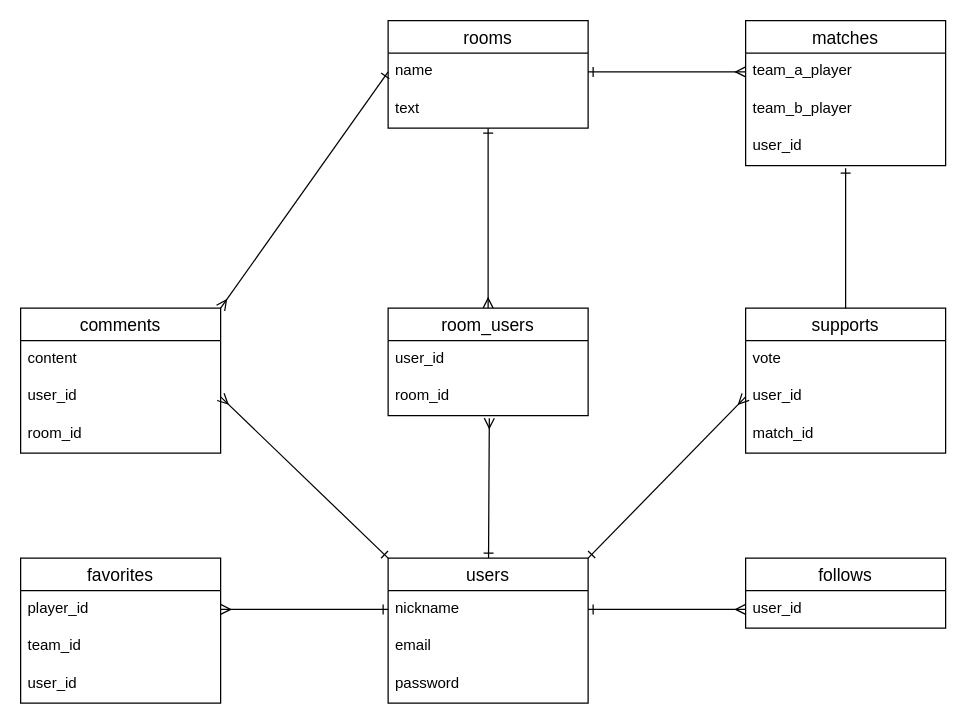
The draw.io diagram NJPW_chat.dio in yutasato21/NJPW_chat, before the edit. Source tidied: cells renumbered, new cells numbered last; positions are measured from the earlier drawing's top-left corner, leaving out a move shared by most shapes. Both pictures are drawn from the tidied source at 125%, with x=0, y=0 at pixel (20, 20).
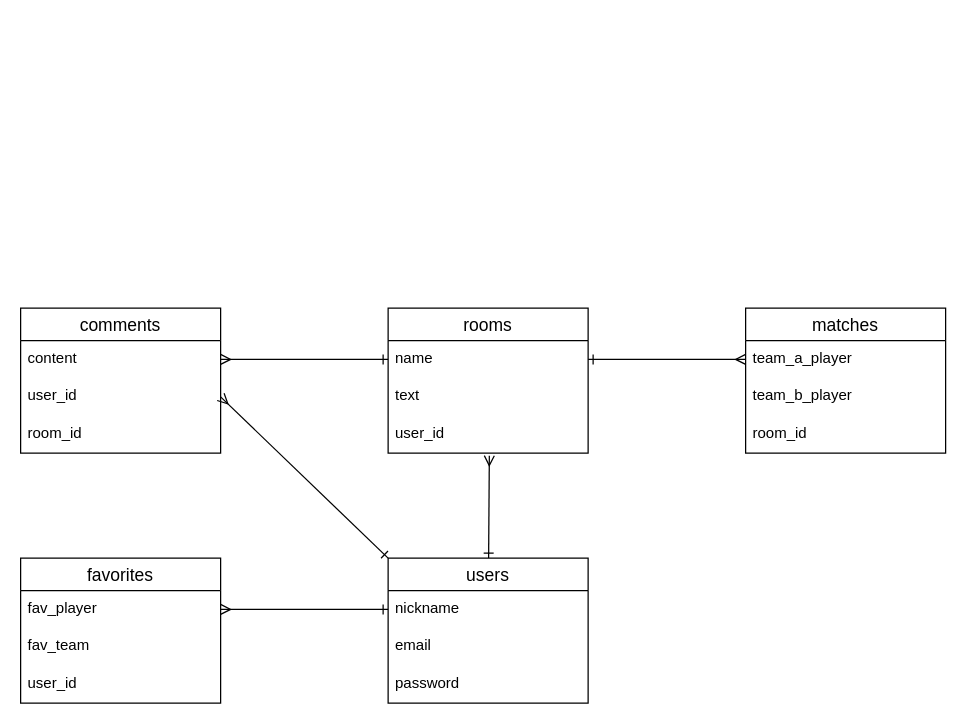
The same page after the edit.

Commit message:
ER図仕様変更に伴い修正

The change refers to these unchanged cells:
```xml
<mxCell id="3" value="users" style="swimlane;fontStyle=0;horizontal=1;startSize=26;align=center;fontSize=14;" parent="1" vertex="1">
  <mxGeometry x="294" y="430" width="160" height="116" as="geometry" />
</mxCell>
<mxCell id="4" value="nickname" style="text;strokeColor=none;fillColor=none;spacingLeft=4;spacingRight=4;overflow=hidden;points=[[0,0.5],[1,0.5]];portConstraint=eastwest;fontSize=12;" parent="3" vertex="1">
  <mxGeometry y="26" width="160" height="30" as="geometry" />
</mxCell>
<mxCell id="9" value="name" style="text;strokeColor=none;fillColor=none;spacingLeft=4;spacingRight=4;overflow=hidden;points=[[0,0.5],[1,0.5]];portConstraint=eastwest;fontSize=12;" parent="8" vertex="1">
  <mxGeometry y="26" width="160" height="30" as="geometry" />
</mxCell>
<mxCell id="15" value="comments" style="swimlane;fontStyle=0;horizontal=1;startSize=26;align=center;fontSize=14;" parent="1" vertex="1">
  <mxGeometry y="230" width="160" height="116" as="geometry" />
</mxCell>
<mxCell id="16" value="content" style="text;strokeColor=none;fillColor=none;spacingLeft=4;spacingRight=4;overflow=hidden;points=[[0,0.5],[1,0.5]];portConstraint=eastwest;fontSize=12;" parent="15" vertex="1">
  <mxGeometry y="26" width="160" height="30" as="geometry" />
</mxCell>
<mxCell id="25" value="favorites" style="swimlane;fontStyle=0;horizontal=1;startSize=26;align=center;fontSize=14;" parent="1" vertex="1">
  <mxGeometry y="430" width="160" height="116" as="geometry" />
</mxCell>
```

The edit, as a diff of the source:
```diff
@@
-    <mxCell id="2" style="edgeStyle=none;html=1;endArrow=ERmany;endFill=0;startArrow=ERone;startFill=0;entryX=0.506;entryY=1.067;entryDx=0;entryDy=0;entryPerimeter=0;" parent="1" edge="1" source="3" target="13">
+    <mxCell id="2" style="edgeStyle=none;html=1;endArrow=ERmany;endFill=0;startArrow=ERone;startFill=0;entryX=0.506;entryY=1.067;entryDx=0;entryDy=0;entryPerimeter=0;" parent="1" edge="1" source="3" target="39">
       <mxGeometry relative="1" as="geometry" />
     </mxCell>
@@
-    <mxCell id="7" style="edgeStyle=none;html=1;startArrow=ERone;startFill=0;endArrow=ERmany;endFill=0;entryX=0.5;entryY=0;entryDx=0;entryDy=0;" parent="1" edge="1" source="8" target="11">
-      <mxGeometry relative="1" as="geometry" />
-    </mxCell>
     <mxCell id="8" value="rooms" style="swimlane;fontStyle=0;horizontal=1;startSize=26;align=center;fontSize=14;" parent="1" vertex="1">
-      <mxGeometry x="294" width="160" height="86" as="geometry" />
+      <mxGeometry x="294" y="230" width="160" height="116" as="geometry" />
     </mxCell>
@@
-    <mxCell id="11" value="room_users" style="swimlane;fontStyle=0;horizontal=1;startSize=26;align=center;fontSize=14;" parent="1" vertex="1">
-      <mxGeometry x="294" y="230" width="160" height="86" as="geometry" />
-    </mxCell>
-    <mxCell id="12" value="user_id" style="text;strokeColor=none;fillColor=none;spacingLeft=4;spacingRight=4;overflow=hidden;fontSize=12;" parent="11" vertex="1">
-      <mxGeometry y="26" width="160" height="30" as="geometry" />
-    </mxCell>
-    <mxCell id="13" value="room_id" style="text;strokeColor=none;fillColor=none;spacingLeft=4;spacingRight=4;overflow=hidden;points=[[0,0.5],[1,0.5]];portConstraint=eastwest;fontSize=12;" parent="11" vertex="1">
-      <mxGeometry y="56" width="160" height="30" as="geometry" />
-    </mxCell>
+    <mxCell id="39" value="user_id" style="text;strokeColor=none;fillColor=none;spacingLeft=4;spacingRight=4;overflow=hidden;points=[[0,0.5],[1,0.5]];portConstraint=eastwest;fontSize=12;" parent="8" vertex="1">
+      <mxGeometry y="86" width="160" height="30" as="geometry" />
+    </mxCell>
-    <mxCell id="14" style="edgeStyle=none;html=1;exitX=1;exitY=0;exitDx=0;exitDy=0;entryX=0;entryY=0.5;entryDx=0;entryDy=0;startArrow=ERmany;startFill=0;endArrow=ERone;endFill=0;" parent="1" edge="1" source="15" target="9">
+    <mxCell id="14" style="edgeStyle=none;html=1;exitX=1;exitY=0.5;exitDx=0;exitDy=0;entryX=0;entryY=0.5;entryDx=0;entryDy=0;startArrow=ERmany;startFill=0;endArrow=ERone;endFill=0;" parent="1" edge="1" source="16" target="9">
       <mxGeometry relative="1" as="geometry" />
     </mxCell>
@@
-    <mxCell id="19" value="supports" style="swimlane;fontStyle=0;horizontal=1;startSize=26;align=center;fontSize=14;" parent="1" vertex="1">
-      <mxGeometry x="580" y="230" width="160" height="116" as="geometry" />
-    </mxCell>
-    <mxCell id="20" value="vote" style="text;strokeColor=none;fillColor=none;spacingLeft=4;spacingRight=4;overflow=hidden;fontSize=12;" parent="19" vertex="1">
-      <mxGeometry y="26" width="160" height="30" as="geometry" />
-    </mxCell>
-    <mxCell id="21" value="user_id" style="text;strokeColor=none;fillColor=none;spacingLeft=4;spacingRight=4;overflow=hidden;points=[[0,0.5],[1,0.5]];portConstraint=eastwest;fontSize=12;" parent="19" vertex="1">
-      <mxGeometry y="56" width="160" height="30" as="geometry" />
-    </mxCell>
-    <mxCell id="22" value="match_id" style="text;strokeColor=none;fillColor=none;spacingLeft=4;spacingRight=4;overflow=hidden;fontSize=12;" parent="19" vertex="1">
-      <mxGeometry y="86" width="160" height="30" as="geometry" />
-    </mxCell>
-    <mxCell id="23" value="follows" style="swimlane;fontStyle=0;horizontal=1;startSize=26;align=center;fontSize=14;" parent="1" vertex="1">
-      <mxGeometry x="580" y="430" width="160" height="56" as="geometry" />
-    </mxCell>
-    <mxCell id="24" value="user_id" style="text;strokeColor=none;fillColor=none;spacingLeft=4;spacingRight=4;overflow=hidden;points=[[0,0.5],[1,0.5]];portConstraint=eastwest;fontSize=12;" parent="23" vertex="1">
-      <mxGeometry y="26" width="160" height="30" as="geometry" />
-    </mxCell>
@@
-    <mxCell id="26" value="player_id" style="text;strokeColor=none;fillColor=none;spacingLeft=4;spacingRight=4;overflow=hidden;points=[[0,0.5],[1,0.5]];portConstraint=eastwest;fontSize=12;" parent="25" vertex="1">
+    <mxCell id="26" value="fav_player" style="text;strokeColor=none;fillColor=none;spacingLeft=4;spacingRight=4;overflow=hidden;points=[[0,0.5],[1,0.5]];portConstraint=eastwest;fontSize=12;" parent="25" vertex="1">
       <mxGeometry y="26" width="160" height="30" as="geometry" />
     </mxCell>
-    <mxCell id="27" value="team_id" style="text;strokeColor=none;fillColor=none;spacingLeft=4;spacingRight=4;overflow=hidden;fontSize=12;" parent="25" vertex="1">
+    <mxCell id="27" value="fav_team" style="text;strokeColor=none;fillColor=none;spacingLeft=4;spacingRight=4;overflow=hidden;fontSize=12;" parent="25" vertex="1">
       <mxGeometry y="56" width="160" height="30" as="geometry" />
     </mxCell>
@@
-    <mxCell id="29" style="edgeStyle=none;html=1;exitX=0;exitY=0.5;exitDx=0;exitDy=0;entryX=1;entryY=0;entryDx=0;entryDy=0;startArrow=ERmany;startFill=0;endArrow=ERone;endFill=0;" parent="1" edge="1" source="21" target="3">
-      <mxGeometry relative="1" as="geometry" />
-    </mxCell>
@@
-    <mxCell id="31" style="edgeStyle=none;html=1;exitX=0;exitY=0.5;exitDx=0;exitDy=0;entryX=1;entryY=0.5;entryDx=0;entryDy=0;startArrow=ERmany;startFill=0;endArrow=ERone;endFill=0;" parent="1" edge="1" source="24" target="4">
-      <mxGeometry relative="1" as="geometry" />
-    </mxCell>
@@
-    <mxCell id="33" style="edgeStyle=none;html=1;entryX=0.5;entryY=0;entryDx=0;entryDy=0;startArrow=ERone;startFill=0;endArrow=none;endFill=0;" parent="1" edge="1" target="19">
-      <mxGeometry relative="1" as="geometry">
-        <mxPoint x="660" y="118" as="sourcePoint" />
-      </mxGeometry>
-    </mxCell>
     <mxCell id="34" value="matches" style="swimlane;fontStyle=0;horizontal=1;startSize=26;align=center;fontSize=14;" parent="1" vertex="1">
-      <mxGeometry x="580" width="160" height="116" as="geometry" />
+      <mxGeometry x="580" y="230" width="160" height="116" as="geometry" />
     </mxCell>
@@
-    <mxCell id="37" value="user_id" style="text;strokeColor=none;fillColor=none;spacingLeft=4;spacingRight=4;overflow=hidden;fontSize=12;" parent="34" vertex="1">
+    <mxCell id="37" value="room_id" style="text;strokeColor=none;fillColor=none;spacingLeft=4;spacingRight=4;overflow=hidden;fontSize=12;" parent="34" vertex="1">
       <mxGeometry y="86" width="160" height="30" as="geometry" />
     </mxCell>
```
